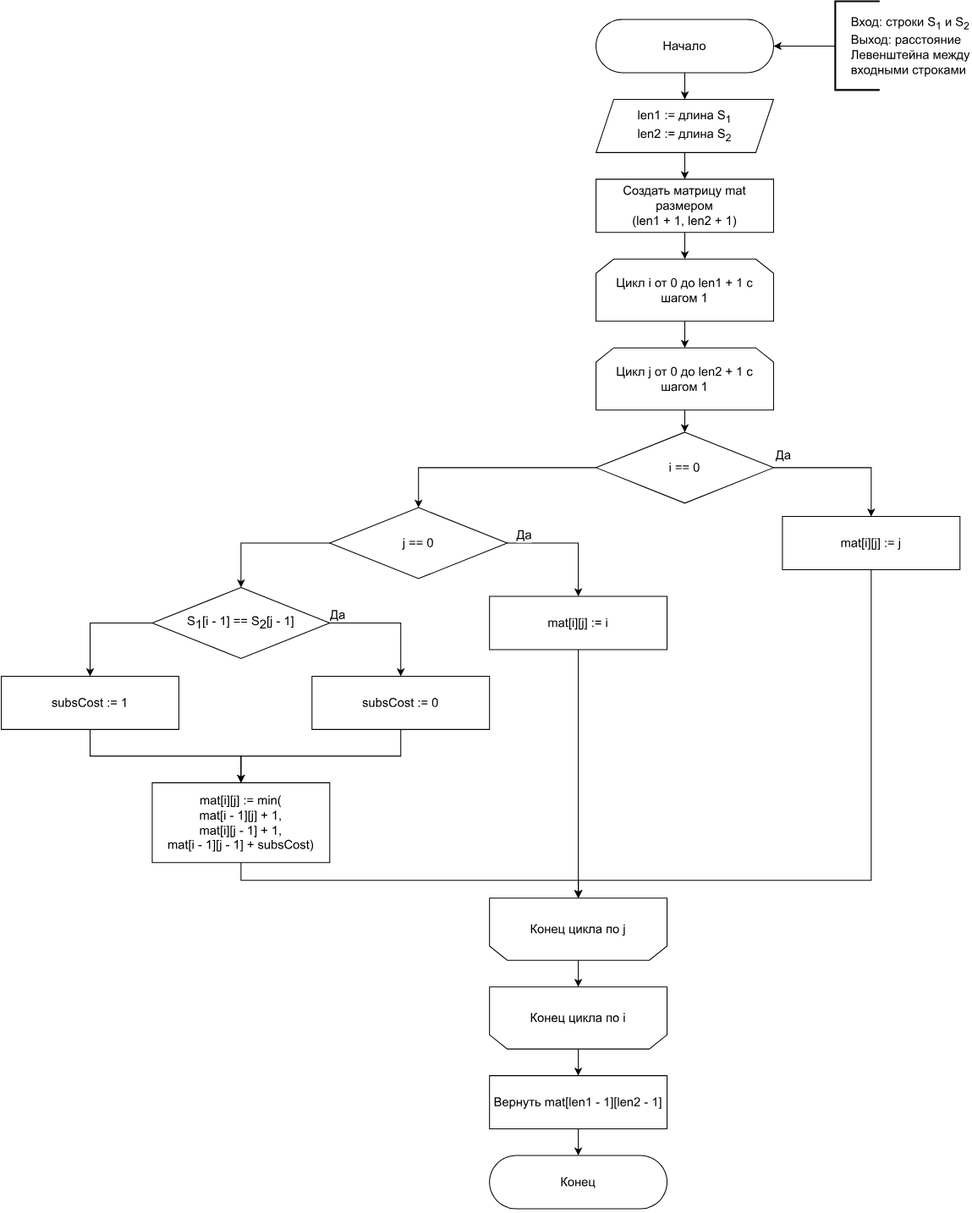
Earlier version of the draw.io export lab1/report/images/lev-iter.svg (YusahO/bmstu-aa). Source tidied: cells renumbered, new cells last; positions are measured from the earlier drawing's top-left corner, leaving out a move shared by most shapes. Source of this version:
```xml
<mxGraphModel>
  <root>
    <mxCell id="0" />
    <mxCell id="1" parent="0" />
    <mxCell id="2" style="edgeStyle=orthogonalEdgeStyle;rounded=0;jettySize=auto;html=1;fontSize=14;" parent="1" edge="1" source="3" target="5">
      <mxGeometry relative="1" as="geometry" />
    </mxCell>
    <mxCell id="3" value="Начало" style="rounded=1;whiteSpace=wrap;html=1;arcSize=50;fontSize=14;" parent="1" vertex="1">
      <mxGeometry x="670" y="20" width="200" height="60" as="geometry" />
    </mxCell>
    <mxCell id="4" style="edgeStyle=orthogonalEdgeStyle;rounded=0;jettySize=auto;html=1;fontSize=14;" parent="1" edge="1" source="5" target="7">
      <mxGeometry relative="1" as="geometry" />
    </mxCell>
    <mxCell id="5" value="&lt;font style=&quot;font-size: 14px;&quot;&gt;len1 := длина S&lt;sub&gt;1&lt;/sub&gt;&lt;/font&gt;&lt;font style=&quot;&quot;&gt;&lt;sub style=&quot;font-size: 14px;&quot;&gt;&lt;br style=&quot;font-size: 14px;&quot;&gt;&lt;/sub&gt;len2 := длина S&lt;sub&gt;2&lt;/sub&gt;&lt;/font&gt;&lt;sub style=&quot;font-size: 14px;&quot;&gt;&lt;br style=&quot;font-size: 14px;&quot;&gt;&lt;/sub&gt;" style="shape=parallelogram;perimeter=parallelogramPerimeter;whiteSpace=wrap;html=1;fixedSize=1;fontSize=14;" parent="1" vertex="1">
      <mxGeometry x="670" y="110" width="200" height="60" as="geometry" />
    </mxCell>
    <mxCell id="6" style="edgeStyle=orthogonalEdgeStyle;rounded=0;jettySize=auto;html=1;fontSize=14;" parent="1" edge="1" source="7" target="9">
      <mxGeometry relative="1" as="geometry" />
    </mxCell>
    <mxCell id="7" value="Создать матрицу mat размером&lt;br style=&quot;font-size: 14px;&quot;&gt;(len1 + 1, len2 + 1)" style="rounded=0;whiteSpace=wrap;html=1;fontSize=14;" parent="1" vertex="1">
      <mxGeometry x="670" y="200" width="200" height="60" as="geometry" />
    </mxCell>
    <mxCell id="8" style="edgeStyle=orthogonalEdgeStyle;rounded=0;jettySize=auto;html=1;fontSize=14;" parent="1" edge="1" source="9" target="11">
      <mxGeometry relative="1" as="geometry" />
    </mxCell>
    <mxCell id="9" value="Цикл i от 0 до len1 + 1 с шагом 1" style="shape=loopLimit;whiteSpace=wrap;html=1;fontSize=14;" parent="1" vertex="1">
      <mxGeometry x="670" y="290" width="200" height="70" as="geometry" />
    </mxCell>
    <mxCell id="10" style="edgeStyle=orthogonalEdgeStyle;rounded=0;jettySize=auto;html=1;fontSize=14;" parent="1" edge="1" source="11" target="15">
      <mxGeometry relative="1" as="geometry" />
    </mxCell>
    <mxCell id="11" value="Цикл j от 0 до len2 + 1 с шагом 1" style="shape=loopLimit;whiteSpace=wrap;html=1;fontSize=14;" parent="1" vertex="1">
      <mxGeometry x="670" y="390" width="200" height="70" as="geometry" />
    </mxCell>
    <mxCell id="12" style="edgeStyle=orthogonalEdgeStyle;rounded=0;jettySize=auto;html=1;exitX=1;exitY=0.5;exitDx=0;exitDy=0;fontSize=14;" parent="1" edge="1" source="15" target="21">
      <mxGeometry relative="1" as="geometry" />
    </mxCell>
    <mxCell id="13" value="Да" style="edgeLabel;html=1;align=center;verticalAlign=middle;fontSize=14;" parent="12" vertex="1">
      <mxGeometry x="-0.59" y="-1" relative="1" as="geometry">
        <mxPoint x="-24" y="-16" as="offset" />
      </mxGeometry>
    </mxCell>
    <mxCell id="14" style="edgeStyle=orthogonalEdgeStyle;rounded=0;jettySize=auto;html=1;exitX=0;exitY=0.5;exitDx=0;exitDy=0;fontSize=14;" parent="1" edge="1" source="15" target="25">
      <mxGeometry relative="1" as="geometry" />
    </mxCell>
    <mxCell id="15" value="i == 0" style="rhombus;whiteSpace=wrap;html=1;fontSize=14;" parent="1" vertex="1">
      <mxGeometry x="670" y="485" width="200" height="80" as="geometry" />
    </mxCell>
    <mxCell id="16" style="edgeStyle=orthogonalEdgeStyle;rounded=0;jettySize=auto;html=1;fontSize=14;" parent="1" edge="1" source="17" target="19">
      <mxGeometry relative="1" as="geometry" />
    </mxCell>
    <mxCell id="17" value="Конец цикла по j" style="shape=loopLimit;whiteSpace=wrap;html=1;fontSize=14;direction=west;" parent="1" vertex="1">
      <mxGeometry x="550" y="1010" width="200" height="70" as="geometry" />
    </mxCell>
    <mxCell id="18" style="edgeStyle=orthogonalEdgeStyle;rounded=0;jettySize=auto;html=1;fontSize=14;" parent="1" edge="1" source="19" target="39">
      <mxGeometry relative="1" as="geometry" />
    </mxCell>
    <mxCell id="19" value="Конец цикла по i" style="shape=loopLimit;whiteSpace=wrap;html=1;fontSize=14;direction=west;" parent="1" vertex="1">
      <mxGeometry x="550" y="1110" width="200" height="70" as="geometry" />
    </mxCell>
    <mxCell id="20" style="edgeStyle=orthogonalEdgeStyle;rounded=0;jettySize=auto;html=1;fontSize=14;" parent="1" edge="1" source="21" target="17">
      <mxGeometry relative="1" as="geometry">
        <Array as="points">
          <mxPoint x="980" y="990" />
          <mxPoint x="650" y="990" />
        </Array>
      </mxGeometry>
    </mxCell>
    <mxCell id="21" value="mat[i][j] := j" style="rounded=0;whiteSpace=wrap;html=1;fontSize=14;" parent="1" vertex="1">
      <mxGeometry x="880" y="580" width="200" height="60" as="geometry" />
    </mxCell>
    <mxCell id="22" style="edgeStyle=orthogonalEdgeStyle;rounded=0;jettySize=auto;html=1;exitX=1;exitY=0.5;exitDx=0;exitDy=0;fontSize=14;" parent="1" edge="1" source="25" target="27">
      <mxGeometry relative="1" as="geometry" />
    </mxCell>
    <mxCell id="23" value="Да" style="edgeLabel;html=1;align=center;verticalAlign=middle;fontSize=14;" parent="22" vertex="1">
      <mxGeometry x="-0.59" y="3" relative="1" as="geometry">
        <mxPoint x="-11" y="-7" as="offset" />
      </mxGeometry>
    </mxCell>
    <mxCell id="24" style="edgeStyle=orthogonalEdgeStyle;rounded=0;jettySize=auto;html=1;exitX=0;exitY=0.5;exitDx=0;exitDy=0;fontSize=14;" parent="1" edge="1" source="25" target="31">
      <mxGeometry relative="1" as="geometry" />
    </mxCell>
    <mxCell id="25" value="j == 0" style="rhombus;whiteSpace=wrap;html=1;fontSize=14;" parent="1" vertex="1">
      <mxGeometry x="370" y="570" width="200" height="80" as="geometry" />
    </mxCell>
    <mxCell id="26" style="edgeStyle=orthogonalEdgeStyle;rounded=0;jettySize=auto;html=1;fontSize=14;" parent="1" edge="1" source="27" target="17">
      <mxGeometry relative="1" as="geometry" />
    </mxCell>
    <mxCell id="27" value="mat[i][j] := i" style="rounded=0;whiteSpace=wrap;html=1;fontSize=14;" parent="1" vertex="1">
      <mxGeometry x="550" y="670" width="200" height="60" as="geometry" />
    </mxCell>
    <mxCell id="28" style="edgeStyle=orthogonalEdgeStyle;rounded=0;jettySize=auto;html=1;exitX=1;exitY=0.5;exitDx=0;exitDy=0;fontSize=14;" parent="1" edge="1" source="31" target="33">
      <mxGeometry relative="1" as="geometry" />
    </mxCell>
    <mxCell id="29" value="Да" style="edgeLabel;html=1;align=center;verticalAlign=middle;fontSize=14;" parent="28" vertex="1">
      <mxGeometry x="-0.62" y="-1" relative="1" as="geometry">
        <mxPoint x="-18" y="-11" as="offset" />
      </mxGeometry>
    </mxCell>
    <mxCell id="30" style="edgeStyle=orthogonalEdgeStyle;rounded=0;jettySize=auto;html=1;exitX=0;exitY=0.5;exitDx=0;exitDy=0;fontSize=14;" parent="1" edge="1" source="31" target="35">
      <mxGeometry relative="1" as="geometry" />
    </mxCell>
    <mxCell id="31" value="S&lt;sub style=&quot;font-size: 14px;&quot;&gt;1&lt;/sub&gt;[i - 1] == S&lt;sub style=&quot;font-size: 14px;&quot;&gt;2&lt;/sub&gt;[j - 1]" style="rhombus;whiteSpace=wrap;html=1;fontSize=14;" parent="1" vertex="1">
      <mxGeometry x="170" y="660" width="200" height="80" as="geometry" />
    </mxCell>
    <mxCell id="32" style="edgeStyle=orthogonalEdgeStyle;rounded=0;jettySize=auto;html=1;fontSize=14;" parent="1" edge="1" source="33" target="37">
      <mxGeometry relative="1" as="geometry" />
    </mxCell>
    <mxCell id="33" value="subsCost := 0" style="rounded=0;whiteSpace=wrap;html=1;fontSize=14;" parent="1" vertex="1">
      <mxGeometry x="350" y="760" width="200" height="60" as="geometry" />
    </mxCell>
    <mxCell id="34" style="edgeStyle=orthogonalEdgeStyle;rounded=0;jettySize=auto;html=1;fontSize=14;" parent="1" edge="1" source="35" target="37">
      <mxGeometry relative="1" as="geometry" />
    </mxCell>
    <mxCell id="35" value="subsCost := 1" style="rounded=0;whiteSpace=wrap;html=1;fontSize=14;" parent="1" vertex="1">
      <mxGeometry y="760" width="200" height="60" as="geometry" />
    </mxCell>
    <mxCell id="36" style="edgeStyle=orthogonalEdgeStyle;rounded=0;jettySize=auto;html=1;fontSize=14;" parent="1" edge="1" source="37" target="17">
      <mxGeometry relative="1" as="geometry">
        <Array as="points">
          <mxPoint x="270" y="990" />
          <mxPoint x="650" y="990" />
        </Array>
      </mxGeometry>
    </mxCell>
    <mxCell id="37" value="mat[i][j] := min(&lt;br style=&quot;font-size: 14px;&quot;&gt;mat[i - 1][j] + 1,&lt;br style=&quot;font-size: 14px;&quot;&gt;mat[i][j - 1] + 1,&lt;br style=&quot;font-size: 14px;&quot;&gt;mat[i - 1][j - 1] + subsCost)" style="rounded=0;whiteSpace=wrap;html=1;fontSize=14;" parent="1" vertex="1">
      <mxGeometry x="170" y="880" width="200" height="90" as="geometry" />
    </mxCell>
    <mxCell id="38" style="edgeStyle=orthogonalEdgeStyle;rounded=0;jettySize=auto;html=1;fontSize=14;" parent="1" edge="1" source="39" target="40">
      <mxGeometry relative="1" as="geometry" />
    </mxCell>
    <mxCell id="39" value="Вернуть mat[len1 - 1][len2 - 1]" style="rounded=0;whiteSpace=wrap;html=1;fontSize=14;" parent="1" vertex="1">
      <mxGeometry x="550" y="1210" width="200" height="60" as="geometry" />
    </mxCell>
    <mxCell id="40" value="Конец" style="rounded=1;whiteSpace=wrap;html=1;arcSize=50;fontSize=14;" parent="1" vertex="1">
      <mxGeometry x="550" y="1300" width="200" height="60" as="geometry" />
    </mxCell>
    <mxCell id="41" style="edgeStyle=orthogonalEdgeStyle;rounded=0;jettySize=auto;html=1;" parent="1" edge="1" source="42" target="3">
      <mxGeometry relative="1" as="geometry" />
    </mxCell>
    <mxCell id="42" value="&lt;font style=&quot;font-size: 14px;&quot;&gt;&amp;nbsp; &amp;nbsp; Вход: строки S&lt;sub&gt;1&lt;/sub&gt;&amp;nbsp;и S&lt;sub&gt;2&lt;/sub&gt;&lt;br&gt;&amp;nbsp; &amp;nbsp; Выход: расстояние&lt;br&gt;&amp;nbsp; &amp;nbsp; Левенштейна между&lt;br&gt;&amp;nbsp; &amp;nbsp; входными строками&lt;/font&gt;" style="strokeWidth=2;html=1;shape=mxgraph.flowchart.annotation_1;align=left;" parent="1" vertex="1">
      <mxGeometry x="940" width="50" height="100" as="geometry" />
    </mxCell>
  </root>
</mxGraphModel>
```
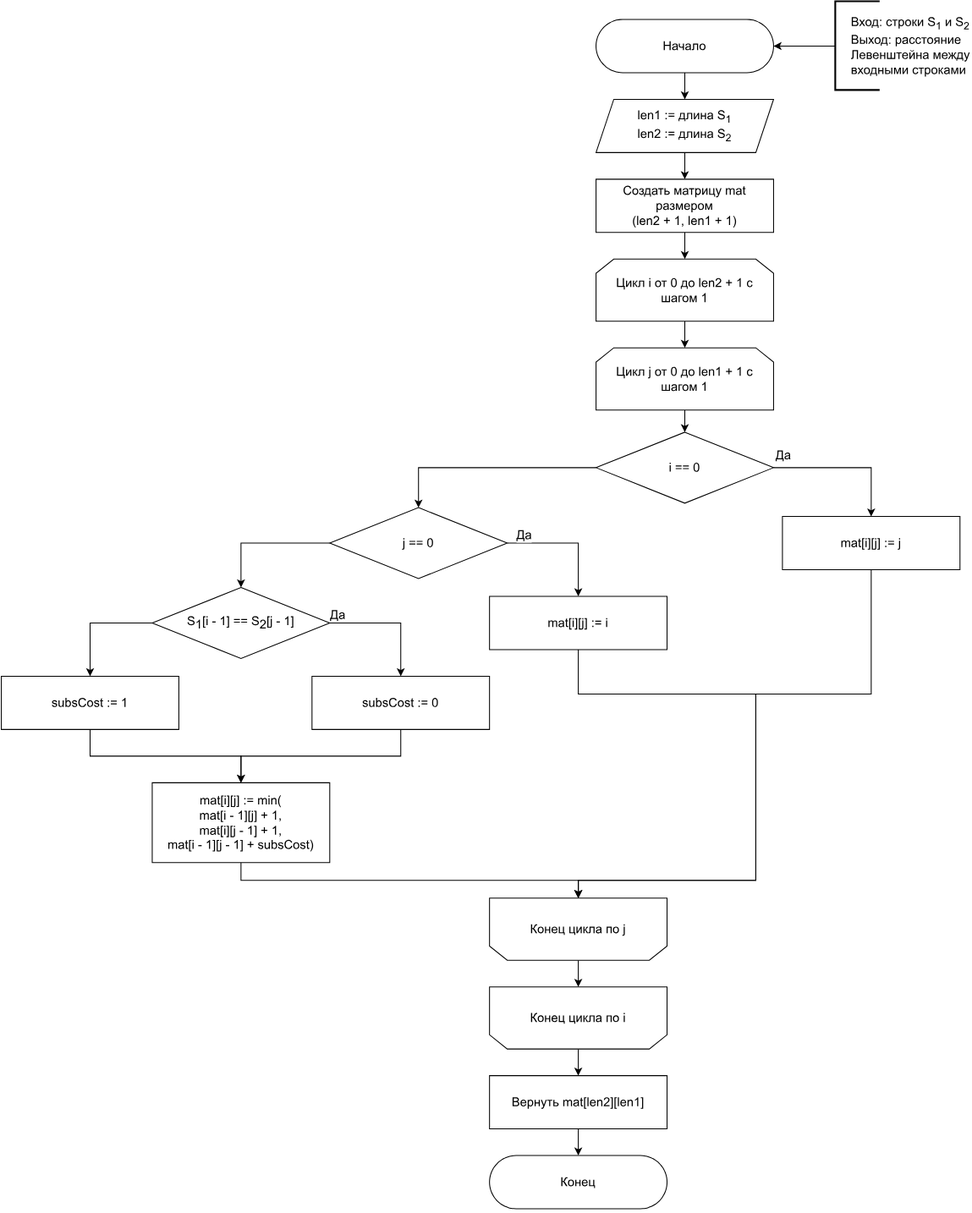
The same diagram one commit later.

The edit, as a diff of the source:
```diff
@@ -17,19 +17,19 @@
     <mxCell id="6" style="edgeStyle=orthogonalEdgeStyle;rounded=0;jettySize=auto;html=1;fontSize=14;" parent="1" edge="1" source="7" target="9">
       <mxGeometry relative="1" as="geometry" />
     </mxCell>
-    <mxCell id="7" value="Создать матрицу mat размером&lt;br style=&quot;font-size: 14px;&quot;&gt;(len1 + 1, len2 + 1)" style="rounded=0;whiteSpace=wrap;html=1;fontSize=14;" parent="1" vertex="1">
+    <mxCell id="7" value="Создать матрицу mat размером&lt;br style=&quot;font-size: 14px;&quot;&gt;(len2 + 1, len1 + 1)" style="rounded=0;whiteSpace=wrap;html=1;fontSize=14;" parent="1" vertex="1">
       <mxGeometry x="670" y="200" width="200" height="60" as="geometry" />
     </mxCell>
     <mxCell id="8" style="edgeStyle=orthogonalEdgeStyle;rounded=0;jettySize=auto;html=1;fontSize=14;" parent="1" edge="1" source="9" target="11">
       <mxGeometry relative="1" as="geometry" />
     </mxCell>
-    <mxCell id="9" value="Цикл i от 0 до len1 + 1 с шагом 1" style="shape=loopLimit;whiteSpace=wrap;html=1;fontSize=14;" parent="1" vertex="1">
+    <mxCell id="9" value="Цикл i от 0 до len2 + 1 с шагом 1" style="shape=loopLimit;whiteSpace=wrap;html=1;fontSize=14;" parent="1" vertex="1">
       <mxGeometry x="670" y="290" width="200" height="70" as="geometry" />
     </mxCell>
     <mxCell id="10" style="edgeStyle=orthogonalEdgeStyle;rounded=0;jettySize=auto;html=1;fontSize=14;" parent="1" edge="1" source="11" target="15">
       <mxGeometry relative="1" as="geometry" />
     </mxCell>
-    <mxCell id="11" value="Цикл j от 0 до len2 + 1 с шагом 1" style="shape=loopLimit;whiteSpace=wrap;html=1;fontSize=14;" parent="1" vertex="1">
+    <mxCell id="11" value="Цикл j от 0 до len1 + 1 с шагом 1" style="shape=loopLimit;whiteSpace=wrap;html=1;fontSize=14;" parent="1" vertex="1">
       <mxGeometry x="670" y="390" width="200" height="70" as="geometry" />
     </mxCell>
     <mxCell id="12" style="edgeStyle=orthogonalEdgeStyle;rounded=0;jettySize=auto;html=1;exitX=1;exitY=0.5;exitDx=0;exitDy=0;fontSize=14;" parent="1" edge="1" source="15" target="21">
@@ -61,7 +61,9 @@
     <mxCell id="20" style="edgeStyle=orthogonalEdgeStyle;rounded=0;jettySize=auto;html=1;fontSize=14;" parent="1" edge="1" source="21" target="17">
       <mxGeometry relative="1" as="geometry">
         <Array as="points">
-          <mxPoint x="980" y="990" />
+          <mxPoint x="980" y="780" />
+          <mxPoint x="850" y="780" />
+          <mxPoint x="850" y="990" />
           <mxPoint x="650" y="990" />
         </Array>
       </mxGeometry>
@@ -84,7 +86,14 @@
       <mxGeometry x="370" y="570" width="200" height="80" as="geometry" />
     </mxCell>
     <mxCell id="26" style="edgeStyle=orthogonalEdgeStyle;rounded=0;jettySize=auto;html=1;fontSize=14;" parent="1" edge="1" source="27" target="17">
-      <mxGeometry relative="1" as="geometry" />
+      <mxGeometry relative="1" as="geometry">
+        <Array as="points">
+          <mxPoint x="650" y="780" />
+          <mxPoint x="850" y="780" />
+          <mxPoint x="850" y="990" />
+          <mxPoint x="650" y="990" />
+        </Array>
+      </mxGeometry>
     </mxCell>
     <mxCell id="27" value="mat[i][j] := i" style="rounded=0;whiteSpace=wrap;html=1;fontSize=14;" parent="1" vertex="1">
       <mxGeometry x="550" y="670" width="200" height="60" as="geometry" />
@@ -129,7 +138,7 @@
     <mxCell id="38" style="edgeStyle=orthogonalEdgeStyle;rounded=0;jettySize=auto;html=1;fontSize=14;" parent="1" edge="1" source="39" target="40">
       <mxGeometry relative="1" as="geometry" />
     </mxCell>
-    <mxCell id="39" value="Вернуть mat[len1 - 1][len2 - 1]" style="rounded=0;whiteSpace=wrap;html=1;fontSize=14;" parent="1" vertex="1">
+    <mxCell id="39" value="Вернуть mat[len2][len1]" style="rounded=0;whiteSpace=wrap;html=1;fontSize=14;" parent="1" vertex="1">
       <mxGeometry x="550" y="1210" width="200" height="60" as="geometry" />
     </mxCell>
     <mxCell id="40" value="Конец" style="rounded=1;whiteSpace=wrap;html=1;arcSize=50;fontSize=14;" parent="1" vertex="1">
```
